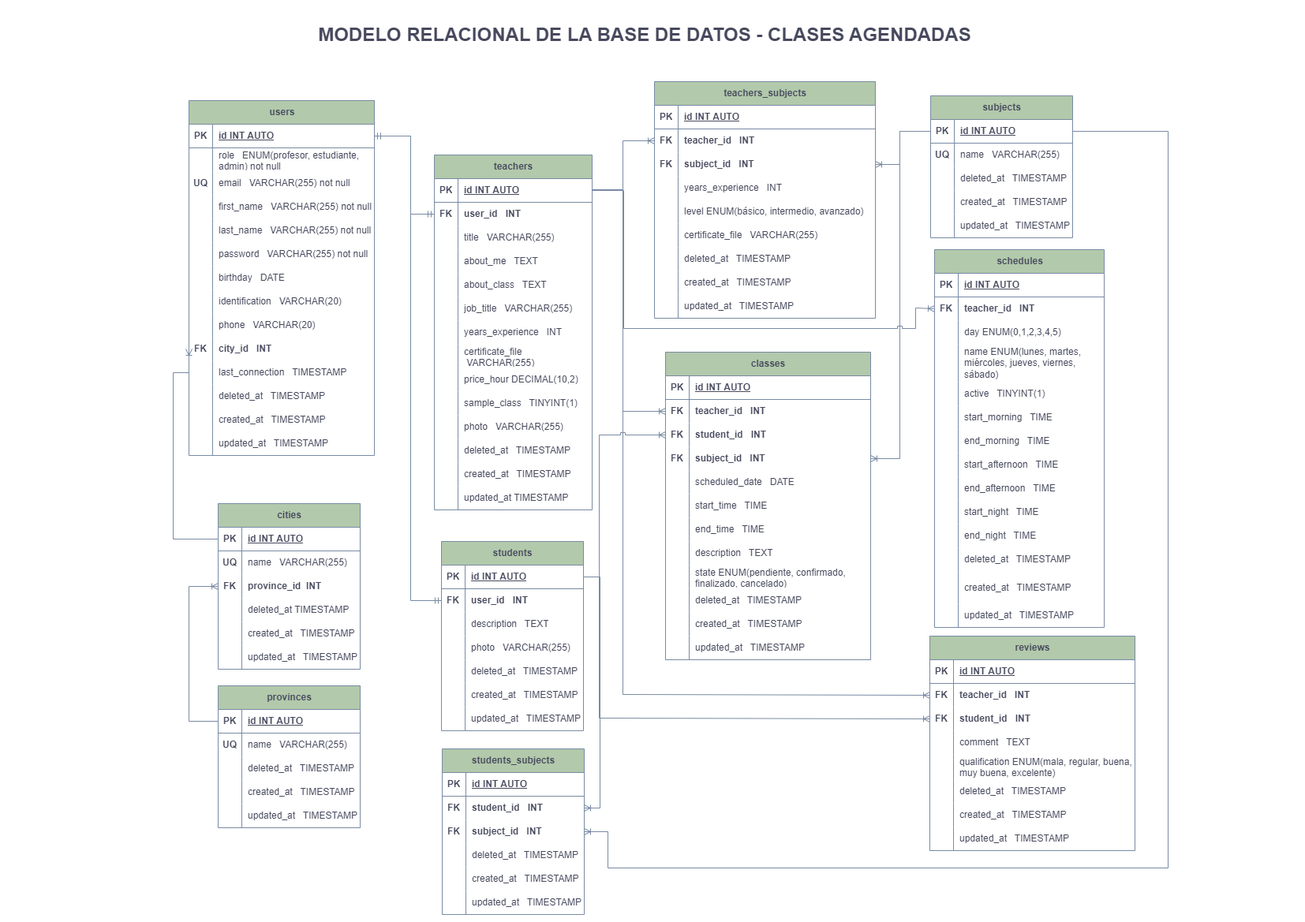
This is database/Clases_ModeloE_R.png from No-Country/c11-08-m-php-angular, a draw.io export, as it was before one commit. Source tidied: cells renumbered, new cells last; positions are measured from the earlier drawing's top-left corner, leaving out a move shared by most shapes.
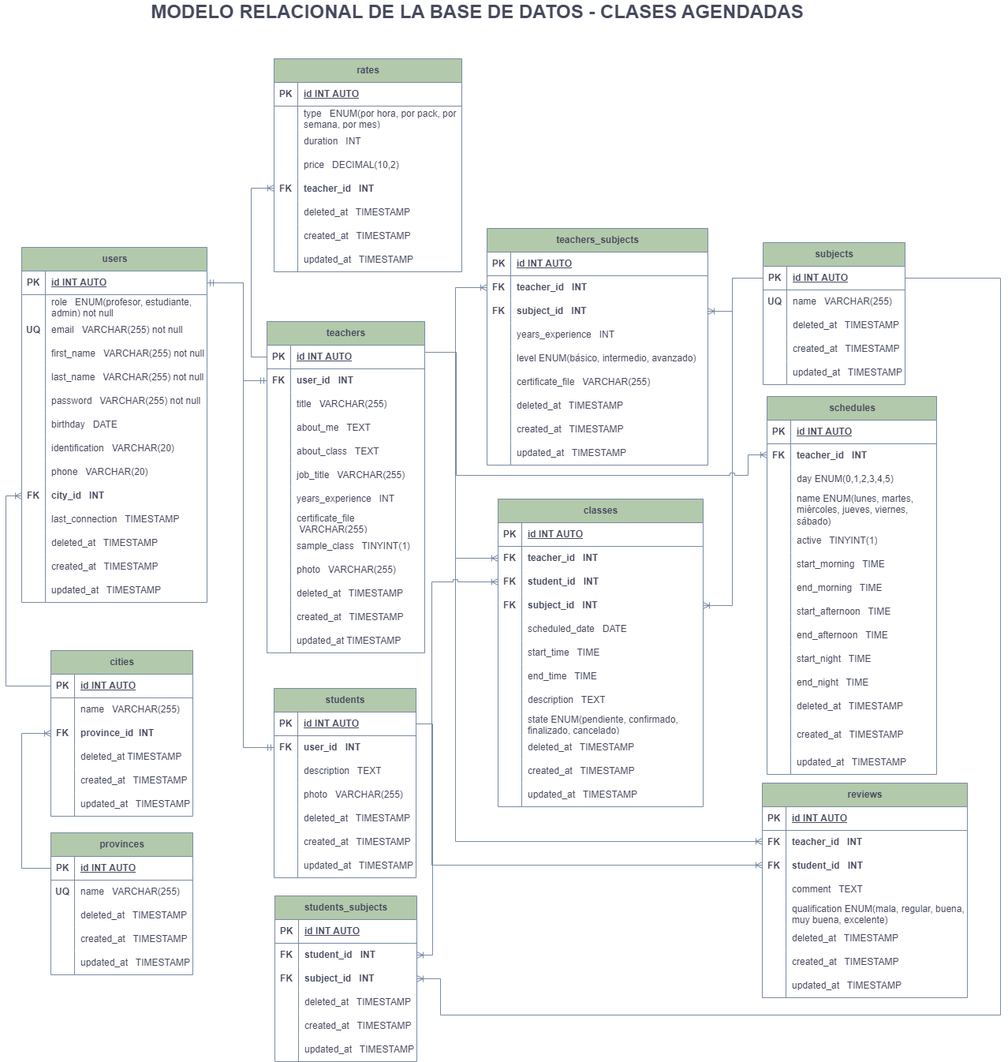
After the change.

Commit message:
Rates table

The edit, as a diff of the source:
```diff
@@ -134,3 +134,3 @@
     <mxCell id="45" value="teachers" style="shape=table;startSize=30;rowLines=0;fontStyle=1;align=center;html=1;rounded=0;labelBackgroundColor=none;fillColor=#B2C9AB;strokeColor=#788AA3;fontColor=#46495D;" parent="1" vertex="1">
-      <mxGeometry x="331" y="167" width="200" height="450" as="geometry" />
+      <mxGeometry x="331" y="192" width="200" height="420" as="geometry" />
     </mxCell>
@@ -208,13 +208,4 @@
     </mxCell>
-    <mxCell id="70" style="shape=tableRow;horizontal=0;startSize=0;swimlaneHead=0;swimlaneBody=0;fillColor=none;top=0;left=0;right=0;bottom=0;rounded=0;labelBackgroundColor=none;strokeColor=#788AA3;fontColor=#46495D;" parent="45" vertex="1">
-      <mxGeometry y="270" width="200" height="30" as="geometry" />
-    </mxCell>
-    <mxCell id="71" style="shape=partialRectangle;fillColor=none;top=0;left=0;bottom=0;right=0;overflow=hidden;whiteSpace=wrap;html=1;rounded=0;labelBackgroundColor=none;strokeColor=#788AA3;fontColor=#46495D;" parent="70" vertex="1">
-      <mxGeometry width="30" height="30" as="geometry" />
-    </mxCell>
-    <mxCell id="72" value="price_hour DECIMAL(10,2)" style="shape=partialRectangle;fillColor=none;top=0;left=0;bottom=0;right=0;align=left;spacingLeft=6;overflow=hidden;whiteSpace=wrap;html=1;rounded=0;labelBackgroundColor=none;strokeColor=#788AA3;fontColor=#46495D;" parent="70" vertex="1">
-      <mxGeometry x="30" width="170" height="30" as="geometry" />
-    </mxCell>
     <mxCell id="73" style="shape=tableRow;horizontal=0;startSize=0;swimlaneHead=0;swimlaneBody=0;fillColor=none;top=0;left=0;right=0;bottom=0;rounded=0;labelBackgroundColor=none;strokeColor=#788AA3;fontColor=#46495D;" parent="45" vertex="1">
-      <mxGeometry y="300" width="200" height="30" as="geometry" />
+      <mxGeometry y="270" width="200" height="30" as="geometry" />
     </mxCell>
@@ -227,3 +218,3 @@
     <mxCell id="76" style="shape=tableRow;horizontal=0;startSize=0;swimlaneHead=0;swimlaneBody=0;fillColor=none;top=0;left=0;right=0;bottom=0;rounded=0;labelBackgroundColor=none;strokeColor=#788AA3;fontColor=#46495D;" parent="45" vertex="1">
-      <mxGeometry y="330" width="200" height="30" as="geometry" />
+      <mxGeometry y="300" width="200" height="30" as="geometry" />
     </mxCell>
@@ -236,3 +227,3 @@
     <mxCell id="79" style="shape=tableRow;horizontal=0;startSize=0;swimlaneHead=0;swimlaneBody=0;fillColor=none;top=0;left=0;right=0;bottom=0;rounded=0;labelBackgroundColor=none;strokeColor=#788AA3;fontColor=#46495D;" parent="45" vertex="1">
-      <mxGeometry y="360" width="200" height="30" as="geometry" />
+      <mxGeometry y="330" width="200" height="30" as="geometry" />
     </mxCell>
@@ -245,3 +236,3 @@
     <mxCell id="82" style="shape=tableRow;horizontal=0;startSize=0;swimlaneHead=0;swimlaneBody=0;fillColor=none;top=0;left=0;right=0;bottom=0;rounded=0;labelBackgroundColor=none;strokeColor=#788AA3;fontColor=#46495D;" parent="45" vertex="1">
-      <mxGeometry y="390" width="200" height="30" as="geometry" />
+      <mxGeometry y="360" width="200" height="30" as="geometry" />
     </mxCell>
@@ -254,3 +245,3 @@
     <mxCell id="85" style="shape=tableRow;horizontal=0;startSize=0;swimlaneHead=0;swimlaneBody=0;fillColor=none;top=0;left=0;right=0;bottom=0;rounded=0;labelBackgroundColor=none;strokeColor=#788AA3;fontColor=#46495D;" parent="45" vertex="1">
-      <mxGeometry y="420" width="200" height="30" as="geometry" />
+      <mxGeometry y="390" width="200" height="30" as="geometry" />
     </mxCell>
@@ -481,5 +472,4 @@
         <Array as="points">
-          <mxPoint x="531" y="212" />
-          <mxPoint x="531" y="211" />
-          <mxPoint x="570" y="211" />
+          <mxPoint x="531" y="231" />
+          <mxPoint x="570" y="231" />
           <mxPoint x="570" y="149" />
@@ -492,3 +482,3 @@
           <mxPoint x="301" y="143" />
-          <mxPoint x="301" y="242" />
+          <mxPoint x="301" y="267" />
         </Array>
@@ -745,3 +735,3 @@
     </mxCell>
-    <mxCell id="241" value="&lt;b&gt;UQ&lt;/b&gt;" style="shape=partialRectangle;fillColor=none;top=0;left=0;bottom=0;right=0;overflow=hidden;whiteSpace=wrap;html=1;rounded=0;labelBackgroundColor=none;strokeColor=#788AA3;fontColor=#46495D;" parent="240" vertex="1">
+    <mxCell id="241" style="shape=partialRectangle;fillColor=none;top=0;left=0;bottom=0;right=0;overflow=hidden;whiteSpace=wrap;html=1;rounded=0;labelBackgroundColor=none;strokeColor=#788AA3;fontColor=#46495D;" parent="240" vertex="1">
       <mxGeometry width="30" height="30" as="geometry" />
@@ -791,3 +781,3 @@
           <mxPoint y="654" />
-          <mxPoint y="443" />
+          <mxPoint y="413" />
         </Array>
@@ -943,4 +933,5 @@
         <Array as="points">
-          <mxPoint x="570" y="212" />
+          <mxPoint x="570" y="231" />
           <mxPoint x="570" y="851" />
+          <mxPoint x="959" y="851" />
         </Array>
@@ -961,3 +952,4 @@
         <Array as="points">
-          <mxPoint x="570" y="211" />
+          <mxPoint x="531" y="231" />
+          <mxPoint x="570" y="231" />
           <mxPoint x="570" y="492" />
@@ -975,3 +967,3 @@
     <mxCell id="305" value="&lt;font style=&quot;font-size: 24px;&quot;&gt;&lt;b&gt;MODELO RELACIONAL DE LA BASE DE DATOS - CLASES AGENDADAS&lt;/b&gt;&lt;/font&gt;" style="text;html=1;strokeColor=none;fillColor=none;align=center;verticalAlign=middle;whiteSpace=wrap;rounded=0;labelBackgroundColor=none;fontColor=#46495D;" parent="1" vertex="1">
-      <mxGeometry x="123" width="950" height="30" as="geometry" />
+      <mxGeometry x="123" y="-215" width="950" height="30" as="geometry" />
     </mxCell>
@@ -980,3 +972,3 @@
         <Array as="points">
-          <mxPoint x="571" y="212" />
+          <mxPoint x="571" y="231" />
           <mxPoint x="571" y="387" />
@@ -984,2 +976,3 @@
           <mxPoint x="941" y="361" />
+          <mxPoint x="965" y="361" />
         </Array>
@@ -1044,6 +1037,6 @@
     </mxCell>
-    <mxCell id="326" style="edgeStyle=orthogonalEdgeStyle;rounded=0;jettySize=auto;html=1;entryX=1;entryY=0.5;entryDx=0;entryDy=0;strokeColor=#788AA3;fontColor=#46495D;fillColor=#B2C9AB;endArrow=ERoneToMany;endFill=0;" parent="1" edge="1" source="89" target="311">
+    <mxCell id="326" style="edgeStyle=orthogonalEdgeStyle;rounded=0;jettySize=auto;html=1;entryX=1;entryY=0.5;entryDx=0;entryDy=0;strokeColor=#788AA3;fontColor=default;fillColor=#B2C9AB;endArrow=ERoneToMany;endFill=0;labelBackgroundColor=none;" parent="1" edge="1" source="89" target="311">
       <mxGeometry relative="1" as="geometry" />
     </mxCell>
-    <mxCell id="327" style="edgeStyle=orthogonalEdgeStyle;rounded=0;jettySize=auto;html=1;entryX=1;entryY=0.5;entryDx=0;entryDy=0;strokeColor=#788AA3;fontColor=#46495D;fillColor=#B2C9AB;endArrow=ERoneToMany;endFill=0;" parent="1" edge="1" source="112" target="314">
+    <mxCell id="327" style="edgeStyle=orthogonalEdgeStyle;rounded=0;jettySize=auto;html=1;entryX=1;entryY=0.5;entryDx=0;entryDy=0;strokeColor=#788AA3;fontColor=default;fillColor=#B2C9AB;endArrow=ERoneToMany;endFill=0;labelBackgroundColor=none;" parent="1" edge="1" source="112" target="314">
       <mxGeometry relative="1" as="geometry">
@@ -1057,2 +1050,86 @@
     </mxCell>
+    <mxCell id="328" value="rates" style="shape=table;startSize=30;rowLines=0;fontStyle=1;align=center;html=1;rounded=0;labelBackgroundColor=none;fillColor=#B2C9AB;strokeColor=#788AA3;fontColor=#46495D;" parent="1" vertex="1">
+      <mxGeometry x="340" y="-141" width="238" height="270" as="geometry" />
+    </mxCell>
+    <mxCell id="329" style="shape=tableRow;horizontal=0;startSize=0;swimlaneHead=0;swimlaneBody=0;fillColor=none;top=0;left=0;right=0;bottom=1;rounded=0;labelBackgroundColor=none;strokeColor=#788AA3;fontColor=#46495D;" parent="328" vertex="1">
+      <mxGeometry y="30" width="238" height="30" as="geometry" />
+    </mxCell>
+    <mxCell id="330" value="PK" style="shape=partialRectangle;fillColor=none;top=0;left=0;bottom=0;right=0;fontStyle=1;overflow=hidden;whiteSpace=wrap;html=1;rounded=0;labelBackgroundColor=none;strokeColor=#788AA3;fontColor=#46495D;" parent="329" vertex="1">
+      <mxGeometry width="30" height="30" as="geometry" />
+    </mxCell>
+    <mxCell id="331" value="id INT AUTO" style="shape=partialRectangle;fillColor=none;top=0;left=0;bottom=0;right=0;align=left;spacingLeft=6;fontStyle=5;overflow=hidden;whiteSpace=wrap;html=1;rounded=0;labelBackgroundColor=none;strokeColor=#788AA3;fontColor=#46495D;" parent="329" vertex="1">
+      <mxGeometry x="30" width="208" height="30" as="geometry" />
+    </mxCell>
+    <mxCell id="332" style="shape=tableRow;horizontal=0;startSize=0;swimlaneHead=0;swimlaneBody=0;fillColor=none;top=0;left=0;right=0;bottom=0;rounded=0;labelBackgroundColor=none;strokeColor=#788AA3;fontColor=#46495D;" parent="328" vertex="1">
+      <mxGeometry y="60" width="238" height="30" as="geometry" />
+    </mxCell>
+    <mxCell id="333" style="shape=partialRectangle;fillColor=none;top=0;left=0;bottom=0;right=0;overflow=hidden;whiteSpace=wrap;html=1;rounded=0;labelBackgroundColor=none;strokeColor=#788AA3;fontColor=#46495D;" parent="332" vertex="1">
+      <mxGeometry width="30" height="30" as="geometry" />
+    </mxCell>
+    <mxCell id="334" value="type&amp;nbsp; &amp;nbsp;ENUM(por hora, por pack, por semana, por mes)" style="shape=partialRectangle;fillColor=none;top=0;left=0;bottom=0;right=0;align=left;spacingLeft=6;overflow=hidden;whiteSpace=wrap;html=1;rounded=0;labelBackgroundColor=none;strokeColor=#788AA3;fontColor=#46495D;" parent="332" vertex="1">
+      <mxGeometry x="30" width="208" height="30" as="geometry" />
+    </mxCell>
+    <mxCell id="335" style="shape=tableRow;horizontal=0;startSize=0;swimlaneHead=0;swimlaneBody=0;fillColor=none;top=0;left=0;right=0;bottom=0;rounded=0;labelBackgroundColor=none;strokeColor=#788AA3;fontColor=#46495D;" parent="328" vertex="1">
+      <mxGeometry y="90" width="238" height="30" as="geometry" />
+    </mxCell>
+    <mxCell id="336" style="shape=partialRectangle;fillColor=none;top=0;left=0;bottom=0;right=0;overflow=hidden;whiteSpace=wrap;html=1;rounded=0;labelBackgroundColor=none;strokeColor=#788AA3;fontColor=#46495D;" parent="335" vertex="1">
+      <mxGeometry width="30" height="30" as="geometry" />
+    </mxCell>
+    <mxCell id="337" value="duration&amp;nbsp; &amp;nbsp;INT" style="shape=partialRectangle;fillColor=none;top=0;left=0;bottom=0;right=0;align=left;spacingLeft=6;overflow=hidden;whiteSpace=wrap;html=1;rounded=0;labelBackgroundColor=none;strokeColor=#788AA3;fontColor=#46495D;" parent="335" vertex="1">
+      <mxGeometry x="30" width="208" height="30" as="geometry" />
+    </mxCell>
+    <mxCell id="338" style="shape=tableRow;horizontal=0;startSize=0;swimlaneHead=0;swimlaneBody=0;fillColor=none;top=0;left=0;right=0;bottom=0;rounded=0;labelBackgroundColor=none;strokeColor=#788AA3;fontColor=#46495D;" parent="328" vertex="1">
+      <mxGeometry y="120" width="238" height="30" as="geometry" />
+    </mxCell>
+    <mxCell id="339" style="shape=partialRectangle;fillColor=none;top=0;left=0;bottom=0;right=0;overflow=hidden;whiteSpace=wrap;html=1;rounded=0;labelBackgroundColor=none;strokeColor=#788AA3;fontColor=#46495D;" parent="338" vertex="1">
+      <mxGeometry width="30" height="30" as="geometry" />
+    </mxCell>
+    <mxCell id="340" value="price&amp;nbsp; &amp;nbsp;DECIMAL(10,2)" style="shape=partialRectangle;fillColor=none;top=0;left=0;bottom=0;right=0;align=left;spacingLeft=6;overflow=hidden;whiteSpace=wrap;html=1;rounded=0;labelBackgroundColor=none;strokeColor=#788AA3;fontColor=#46495D;" parent="338" vertex="1">
+      <mxGeometry x="30" width="208" height="30" as="geometry" />
+    </mxCell>
+    <mxCell id="341" style="shape=tableRow;horizontal=0;startSize=0;swimlaneHead=0;swimlaneBody=0;fillColor=none;points=[[0,0.5],[1,0.5]];portConstraint=eastwest;top=0;left=0;right=0;bottom=0;rounded=0;labelBackgroundColor=none;strokeColor=#788AA3;fontColor=#46495D;" parent="328" vertex="1">
+      <mxGeometry y="150" width="238" height="30" as="geometry" />
+    </mxCell>
+    <mxCell id="342" value="&lt;b&gt;FK&lt;/b&gt;" style="shape=partialRectangle;fillColor=none;top=0;left=0;bottom=0;right=0;overflow=hidden;whiteSpace=wrap;html=1;rounded=0;labelBackgroundColor=none;strokeColor=#788AA3;fontColor=#46495D;" parent="341" vertex="1">
+      <mxGeometry width="30" height="30" as="geometry" />
+    </mxCell>
+    <mxCell id="343" value="&lt;b&gt;teacher_id&amp;nbsp; &amp;nbsp;INT&lt;/b&gt;" style="shape=partialRectangle;fillColor=none;top=0;left=0;bottom=0;right=0;align=left;spacingLeft=6;overflow=hidden;whiteSpace=wrap;html=1;rounded=0;labelBackgroundColor=none;strokeColor=#788AA3;fontColor=#46495D;" parent="341" vertex="1">
+      <mxGeometry x="30" width="208" height="30" as="geometry" />
+    </mxCell>
+    <mxCell id="344" style="shape=tableRow;horizontal=0;startSize=0;swimlaneHead=0;swimlaneBody=0;fillColor=none;top=0;left=0;right=0;bottom=0;rounded=0;labelBackgroundColor=none;strokeColor=#788AA3;fontColor=#46495D;" parent="328" vertex="1">
+      <mxGeometry y="180" width="238" height="30" as="geometry" />
+    </mxCell>
+    <mxCell id="345" style="shape=partialRectangle;fillColor=none;top=0;left=0;bottom=0;right=0;overflow=hidden;whiteSpace=wrap;html=1;rounded=0;labelBackgroundColor=none;strokeColor=#788AA3;fontColor=#46495D;" parent="344" vertex="1">
+      <mxGeometry width="30" height="30" as="geometry" />
+    </mxCell>
+    <mxCell id="346" value="deleted_at&amp;nbsp; &amp;nbsp;TIMESTAMP" style="shape=partialRectangle;fillColor=none;top=0;left=0;bottom=0;right=0;align=left;spacingLeft=6;overflow=hidden;whiteSpace=wrap;html=1;rounded=0;labelBackgroundColor=none;strokeColor=#788AA3;fontColor=#46495D;" parent="344" vertex="1">
+      <mxGeometry x="30" width="208" height="30" as="geometry" />
+    </mxCell>
+    <mxCell id="347" style="shape=tableRow;horizontal=0;startSize=0;swimlaneHead=0;swimlaneBody=0;fillColor=none;top=0;left=0;right=0;bottom=0;rounded=0;labelBackgroundColor=none;strokeColor=#788AA3;fontColor=#46495D;" parent="328" vertex="1">
+      <mxGeometry y="210" width="238" height="30" as="geometry" />
+    </mxCell>
+    <mxCell id="348" style="shape=partialRectangle;fillColor=none;top=0;left=0;bottom=0;right=0;overflow=hidden;whiteSpace=wrap;html=1;rounded=0;labelBackgroundColor=none;strokeColor=#788AA3;fontColor=#46495D;" parent="347" vertex="1">
+      <mxGeometry width="30" height="30" as="geometry" />
+    </mxCell>
+    <mxCell id="349" value="created_at&amp;nbsp; &amp;nbsp;TIMESTAMP" style="shape=partialRectangle;fillColor=none;top=0;left=0;bottom=0;right=0;align=left;spacingLeft=6;overflow=hidden;whiteSpace=wrap;html=1;rounded=0;labelBackgroundColor=none;strokeColor=#788AA3;fontColor=#46495D;" parent="347" vertex="1">
+      <mxGeometry x="30" width="208" height="30" as="geometry" />
+    </mxCell>
+    <mxCell id="350" style="shape=tableRow;horizontal=0;startSize=0;swimlaneHead=0;swimlaneBody=0;fillColor=none;top=0;left=0;right=0;bottom=0;rounded=0;labelBackgroundColor=none;strokeColor=#788AA3;fontColor=#46495D;" parent="328" vertex="1">
+      <mxGeometry y="240" width="238" height="30" as="geometry" />
+    </mxCell>
+    <mxCell id="351" style="shape=partialRectangle;fillColor=none;top=0;left=0;bottom=0;right=0;overflow=hidden;whiteSpace=wrap;html=1;rounded=0;labelBackgroundColor=none;strokeColor=#788AA3;fontColor=#46495D;" parent="350" vertex="1">
+      <mxGeometry width="30" height="30" as="geometry" />
+    </mxCell>
+    <mxCell id="352" value="updated_at&amp;nbsp; &amp;nbsp;TIMESTAMP" style="shape=partialRectangle;fillColor=none;top=0;left=0;bottom=0;right=0;align=left;spacingLeft=6;overflow=hidden;whiteSpace=wrap;html=1;rounded=0;labelBackgroundColor=none;strokeColor=#788AA3;fontColor=#46495D;" parent="350" vertex="1">
+      <mxGeometry x="30" width="208" height="30" as="geometry" />
+    </mxCell>
+    <mxCell id="353" style="edgeStyle=orthogonalEdgeStyle;rounded=0;jettySize=auto;html=1;entryX=0;entryY=0.5;entryDx=0;entryDy=0;endArrow=ERoneToMany;endFill=0;labelBackgroundColor=none;strokeColor=#788AA3;fontColor=default;" parent="1" edge="1" source="46" target="341">
+      <mxGeometry relative="1" as="geometry">
+        <Array as="points">
+          <mxPoint x="311" y="237" />
+          <mxPoint x="311" y="23" />
+          <mxPoint x="340" y="23" />
+        </Array>
+      </mxGeometry>
+    </mxCell>
   </root>
```
